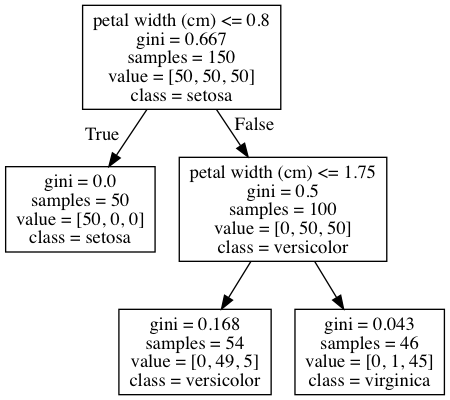
This is Sklearn/DecisionTrees/iris_depth2_decisionTree.png from mGalarnyk/Python_Tutorials, a Graphviz export, as it was before one commit. Its source is kept beside it as Sklearn/DecisionTrees/iris_depth2_decisionTree.dot.
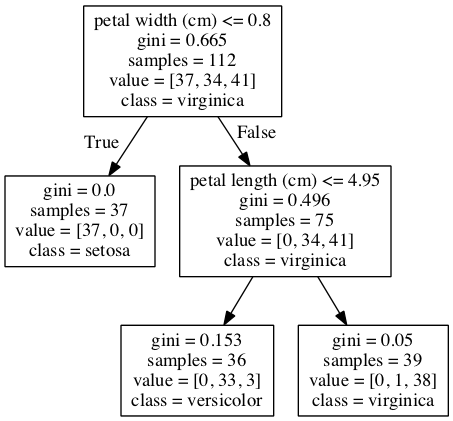
Later version of the same file.

Commit message:
Updated parts of decision tree node

The edit, as a diff of the source:
```diff
@@ -1,12 +1,12 @@
 digraph Tree {
 node [shape=box] ;
-0 [label="petal length (cm) <= 2.45\ngini = 0.667\nsamples = 150\nvalue = [50, 50, 50]\nclass = setosa"] ;
-1 [label="gini = 0.0\nsamples = 50\nvalue = [50, 0, 0]\nclass = setosa"] ;
+0 [label="petal width (cm) <= 0.8\ngini = 0.665\nsamples = 112\nvalue = [37, 34, 41]\nclass = virginica"] ;
+1 [label="gini = 0.0\nsamples = 37\nvalue = [37, 0, 0]\nclass = setosa"] ;
 0 -> 1 [labeldistance=2.5, labelangle=45, headlabel="True"] ;
-2 [label="petal width (cm) <= 1.75\ngini = 0.5\nsamples = 100\nvalue = [0, 50, 50]\nclass = versicolor"] ;
+2 [label="petal length (cm) <= 4.95\ngini = 0.496\nsamples = 75\nvalue = [0, 34, 41]\nclass = virginica"] ;
 0 -> 2 [labeldistance=2.5, labelangle=-45, headlabel="False"] ;
-3 [label="gini = 0.168\nsamples = 54\nvalue = [0, 49, 5]\nclass = versicolor"] ;
+3 [label="gini = 0.153\nsamples = 36\nvalue = [0, 33, 3]\nclass = versicolor"] ;
 2 -> 3 ;
-4 [label="gini = 0.043\nsamples = 46\nvalue = [0, 1, 45]\nclass = virginica"] ;
+4 [label="gini = 0.05\nsamples = 39\nvalue = [0, 1, 38]\nclass = virginica"] ;
 2 -> 4 ;
 }
```
